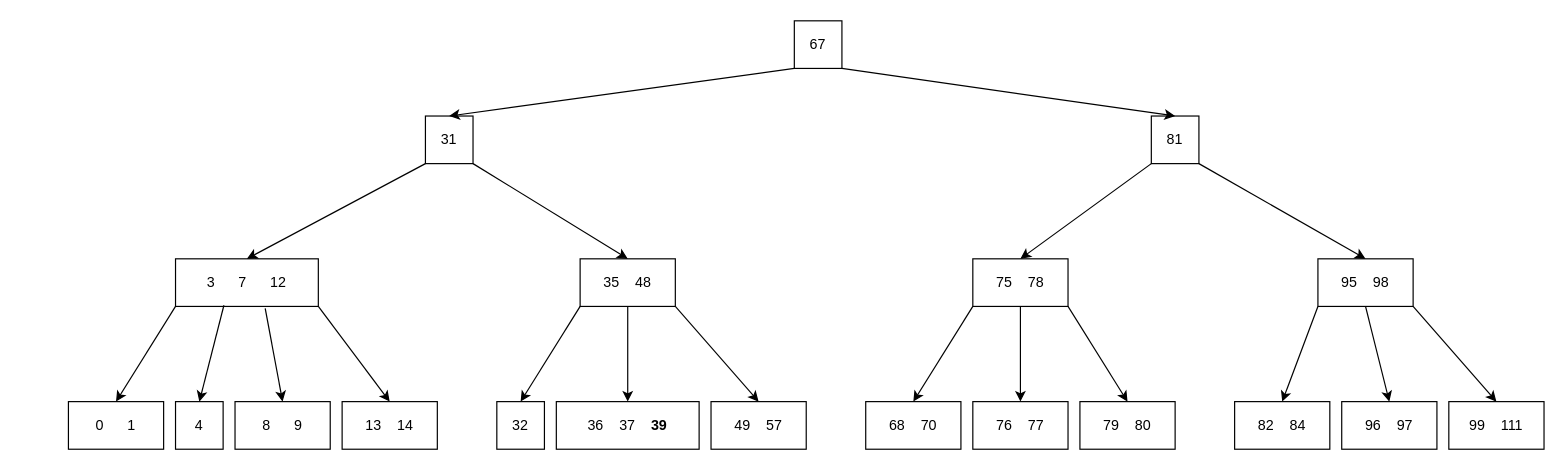
Before: algo-homework5.drawio in cucumberpeel/drawio-diagrams, a draw.io diagram. Source tidied: cells renumbered, new cells numbered last; positions are measured from the earlier drawing's top-left corner, leaving out a move shared by most shapes. Both pictures are drawn from the tidied source at 119%, with x=0, y=0 at pixel (68, 20).
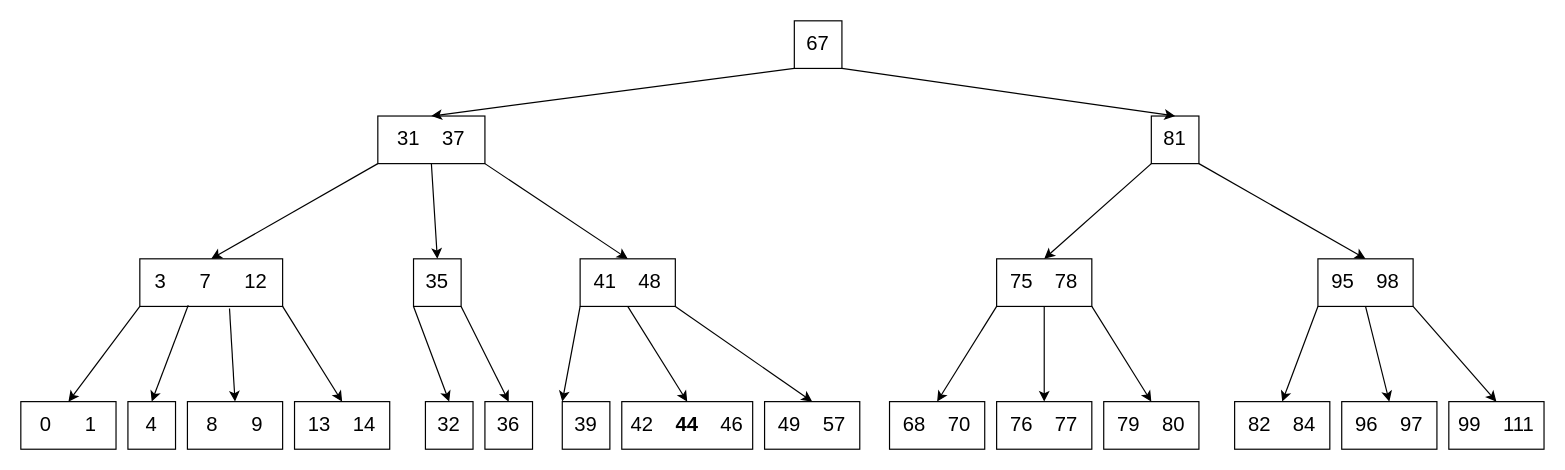
After the change.

Change to the diagram source:
```diff
@@
-    <mxCell id="2" value="31" style="rounded=0;whiteSpace=wrap;html=1;" parent="1" vertex="1">
-      <mxGeometry x="300" y="80" width="40" height="40" as="geometry" />
+    <mxCell id="2" value="31&lt;span style=&quot;white-space: pre;&quot;&gt;&#9;&lt;/span&gt;37" style="rounded=0;whiteSpace=wrap;html=1;fontSize=17;" parent="1" vertex="1">
+      <mxGeometry x="260" y="80" width="90" height="40" as="geometry" />
     </mxCell>
-    <mxCell id="3" value="0&lt;span style=&quot;white-space: pre;&quot;&gt;&#9;&lt;/span&gt;1" style="rounded=0;whiteSpace=wrap;html=1;" parent="1" vertex="1">
-      <mxGeometry y="320" width="80" height="40" as="geometry" />
+    <mxCell id="3" value="0&lt;span style=&quot;white-space: pre;&quot;&gt;&#9;&lt;/span&gt;1" style="rounded=0;whiteSpace=wrap;html=1;fontSize=17;" parent="1" vertex="1">
+      <mxGeometry x="-40" y="320" width="80" height="40" as="geometry" />
     </mxCell>
-    <mxCell id="4" value="4" style="rounded=0;whiteSpace=wrap;html=1;" parent="1" vertex="1">
-      <mxGeometry x="90" y="320" width="40" height="40" as="geometry" />
+    <mxCell id="4" value="4" style="rounded=0;whiteSpace=wrap;html=1;fontSize=17;" parent="1" vertex="1">
+      <mxGeometry x="50" y="320" width="40" height="40" as="geometry" />
     </mxCell>
-    <mxCell id="5" value="8&lt;span style=&quot;white-space: pre;&quot;&gt;&#9;&lt;/span&gt;9" style="rounded=0;whiteSpace=wrap;html=1;" parent="1" vertex="1">
-      <mxGeometry x="140" y="320" width="80" height="40" as="geometry" />
+    <mxCell id="5" value="8&lt;span style=&quot;white-space: pre;&quot;&gt;&#9;&lt;/span&gt;9" style="rounded=0;whiteSpace=wrap;html=1;fontSize=17;" parent="1" vertex="1">
+      <mxGeometry x="100" y="320" width="80" height="40" as="geometry" />
     </mxCell>
-    <mxCell id="6" value="13&lt;span style=&quot;white-space: pre;&quot;&gt;&#9;&lt;/span&gt;14" style="rounded=0;whiteSpace=wrap;html=1;" parent="1" vertex="1">
-      <mxGeometry x="230" y="320" width="80" height="40" as="geometry" />
+    <mxCell id="6" value="13&lt;span style=&quot;white-space: pre;&quot;&gt;&#9;&lt;/span&gt;14" style="rounded=0;whiteSpace=wrap;html=1;fontSize=17;" parent="1" vertex="1">
+      <mxGeometry x="190" y="320" width="80" height="40" as="geometry" />
     </mxCell>
-    <mxCell id="7" value="32" style="rounded=0;whiteSpace=wrap;html=1;" parent="1" vertex="1">
-      <mxGeometry x="360" y="320" width="40" height="40" as="geometry" />
+    <mxCell id="7" value="32" style="rounded=0;whiteSpace=wrap;html=1;fontSize=17;" parent="1" vertex="1">
+      <mxGeometry x="300" y="320" width="40" height="40" as="geometry" />
     </mxCell>
-    <mxCell id="8" value="36&lt;span style=&quot;white-space: pre;&quot;&gt;&#9;&lt;/span&gt;37&lt;span style=&quot;white-space: pre;&quot;&gt;&#9;&lt;/span&gt;&lt;b&gt;39&lt;/b&gt;" style="rounded=0;whiteSpace=wrap;html=1;" parent="1" vertex="1">
-      <mxGeometry x="410" y="320" width="120" height="40" as="geometry" />
-    </mxCell>
-    <mxCell id="9" value="49&lt;span style=&quot;white-space: pre;&quot;&gt;&#9;&lt;/span&gt;57" style="rounded=0;whiteSpace=wrap;html=1;" parent="1" vertex="1">
-      <mxGeometry x="540" y="320" width="80" height="40" as="geometry" />
+    <mxCell id="9" value="49&lt;span style=&quot;white-space: pre;&quot;&gt;&#9;&lt;/span&gt;57" style="rounded=0;whiteSpace=wrap;html=1;fontSize=17;" parent="1" vertex="1">
+      <mxGeometry x="585" y="320" width="80" height="40" as="geometry" />
     </mxCell>
-    <mxCell id="10" value="68&lt;span style=&quot;white-space: pre;&quot;&gt;&#9;&lt;/span&gt;70" style="rounded=0;whiteSpace=wrap;html=1;" parent="1" vertex="1">
-      <mxGeometry x="670" y="320" width="80" height="40" as="geometry" />
+    <mxCell id="10" value="68&lt;span style=&quot;white-space: pre;&quot;&gt;&#9;&lt;/span&gt;70" style="rounded=0;whiteSpace=wrap;html=1;fontSize=17;" parent="1" vertex="1">
+      <mxGeometry x="690" y="320" width="80" height="40" as="geometry" />
     </mxCell>
-    <mxCell id="11" value="76&lt;span style=&quot;white-space: pre;&quot;&gt;&#9;&lt;/span&gt;77" style="rounded=0;whiteSpace=wrap;html=1;" parent="1" vertex="1">
-      <mxGeometry x="760" y="320" width="80" height="40" as="geometry" />
+    <mxCell id="11" value="76&lt;span style=&quot;white-space: pre;&quot;&gt;&#9;&lt;/span&gt;77" style="rounded=0;whiteSpace=wrap;html=1;fontSize=17;" parent="1" vertex="1">
+      <mxGeometry x="780" y="320" width="80" height="40" as="geometry" />
     </mxCell>
-    <mxCell id="12" value="79&lt;span style=&quot;white-space: pre;&quot;&gt;&#9;&lt;/span&gt;80" style="rounded=0;whiteSpace=wrap;html=1;" parent="1" vertex="1">
-      <mxGeometry x="850" y="320" width="80" height="40" as="geometry" />
+    <mxCell id="12" value="79&lt;span style=&quot;white-space: pre;&quot;&gt;&#9;&lt;/span&gt;80" style="rounded=0;whiteSpace=wrap;html=1;fontSize=17;" parent="1" vertex="1">
+      <mxGeometry x="870" y="320" width="80" height="40" as="geometry" />
     </mxCell>
-    <mxCell id="13" value="82&lt;span style=&quot;white-space: pre;&quot;&gt;&#9;&lt;/span&gt;84" style="rounded=0;whiteSpace=wrap;html=1;" parent="1" vertex="1">
+    <mxCell id="13" value="82&lt;span style=&quot;white-space: pre;&quot;&gt;&#9;&lt;/span&gt;84" style="rounded=0;whiteSpace=wrap;html=1;fontSize=17;" parent="1" vertex="1">
       <mxGeometry x="980" y="320" width="80" height="40" as="geometry" />
     </mxCell>
-    <mxCell id="14" value="96&lt;span style=&quot;white-space: pre;&quot;&gt;&#9;&lt;/span&gt;97" style="rounded=0;whiteSpace=wrap;html=1;" parent="1" vertex="1">
+    <mxCell id="14" value="96&lt;span style=&quot;white-space: pre;&quot;&gt;&#9;&lt;/span&gt;97" style="rounded=0;whiteSpace=wrap;html=1;fontSize=17;" parent="1" vertex="1">
       <mxGeometry x="1070" y="320" width="80" height="40" as="geometry" />
     </mxCell>
-    <mxCell id="15" value="99&lt;span style=&quot;white-space: pre;&quot;&gt;&#9;&lt;/span&gt;111" style="rounded=0;whiteSpace=wrap;html=1;" parent="1" vertex="1">
+    <mxCell id="15" value="99&lt;span style=&quot;white-space: pre;&quot;&gt;&#9;&lt;/span&gt;111" style="rounded=0;whiteSpace=wrap;html=1;fontSize=17;" parent="1" vertex="1">
       <mxGeometry x="1160" y="320" width="80" height="40" as="geometry" />
     </mxCell>
-    <mxCell id="16" value="3&lt;span style=&quot;white-space: pre;&quot;&gt;&#9;&lt;/span&gt;7&lt;span style=&quot;white-space: pre;&quot;&gt;&#9;&lt;/span&gt;12" style="rounded=0;whiteSpace=wrap;html=1;" parent="1" vertex="1">
-      <mxGeometry x="90" y="200" width="120" height="40" as="geometry" />
+    <mxCell id="16" value="3&lt;span style=&quot;white-space: pre;&quot;&gt;&#9;&lt;/span&gt;7&lt;span style=&quot;white-space: pre;&quot;&gt;&#9;&lt;/span&gt;12" style="rounded=0;whiteSpace=wrap;html=1;fontSize=17;" parent="1" vertex="1">
+      <mxGeometry x="60" y="200" width="120" height="40" as="geometry" />
     </mxCell>
-    <mxCell id="17" value="35&lt;span style=&quot;white-space: pre;&quot;&gt;&#9;&lt;/span&gt;48" style="rounded=0;whiteSpace=wrap;html=1;" parent="1" vertex="1">
-      <mxGeometry x="430" y="200" width="80" height="40" as="geometry" />
-    </mxCell>
-    <mxCell id="18" value="75&lt;span style=&quot;white-space: pre;&quot;&gt;&#9;&lt;/span&gt;78" style="rounded=0;whiteSpace=wrap;html=1;" parent="1" vertex="1">
-      <mxGeometry x="760" y="200" width="80" height="40" as="geometry" />
+    <mxCell id="18" value="75&lt;span style=&quot;white-space: pre;&quot;&gt;&#9;&lt;/span&gt;78" style="rounded=0;whiteSpace=wrap;html=1;fontSize=17;" parent="1" vertex="1">
+      <mxGeometry x="780" y="200" width="80" height="40" as="geometry" />
     </mxCell>
-    <mxCell id="19" value="95&lt;span style=&quot;white-space: pre;&quot;&gt;&#9;&lt;/span&gt;98" style="rounded=0;whiteSpace=wrap;html=1;" parent="1" vertex="1">
+    <mxCell id="19" value="95&lt;span style=&quot;white-space: pre;&quot;&gt;&#9;&lt;/span&gt;98" style="rounded=0;whiteSpace=wrap;html=1;fontSize=17;" parent="1" vertex="1">
       <mxGeometry x="1050" y="200" width="80" height="40" as="geometry" />
     </mxCell>
-    <mxCell id="20" value="81" style="rounded=0;whiteSpace=wrap;html=1;" parent="1" vertex="1">
+    <mxCell id="20" value="81" style="rounded=0;whiteSpace=wrap;html=1;fontSize=17;" parent="1" vertex="1">
       <mxGeometry x="910" y="80" width="40" height="40" as="geometry" />
     </mxCell>
-    <mxCell id="21" value="67" style="rounded=0;whiteSpace=wrap;html=1;" parent="1" vertex="1">
+    <mxCell id="21" value="67" style="rounded=0;whiteSpace=wrap;html=1;fontSize=17;" parent="1" vertex="1">
       <mxGeometry x="610" width="40" height="40" as="geometry" />
     </mxCell>
-    <mxCell id="22" style="endArrow=classic;html=1;rounded=0;exitX=0;exitY=1;exitDx=0;exitDy=0;entryX=0.5;entryY=0;entryDx=0;entryDy=0;" parent="1" edge="1" source="21" target="2">
+    <mxCell id="22" style="endArrow=classic;html=1;rounded=0;exitX=0;exitY=1;exitDx=0;exitDy=0;entryX=0.5;entryY=0;entryDx=0;entryDy=0;fontSize=17;" parent="1" edge="1" source="21" target="2">
       <mxGeometry relative="1" as="geometry" />
     </mxCell>
-    <mxCell id="23" style="endArrow=classic;html=1;rounded=0;exitX=1;exitY=1;exitDx=0;exitDy=0;entryX=0.5;entryY=0;entryDx=0;entryDy=0;" parent="1" edge="1" source="21" target="20">
+    <mxCell id="23" style="endArrow=classic;html=1;rounded=0;exitX=1;exitY=1;exitDx=0;exitDy=0;entryX=0.5;entryY=0;entryDx=0;entryDy=0;fontSize=17;" parent="1" edge="1" source="21" target="20">
       <mxGeometry relative="1" as="geometry" />
     </mxCell>
-    <mxCell id="24" style="endArrow=classic;html=1;rounded=0;exitX=0;exitY=1;exitDx=0;exitDy=0;entryX=0.5;entryY=0;entryDx=0;entryDy=0;" parent="1" edge="1" source="2" target="16">
+    <mxCell id="24" style="endArrow=classic;html=1;rounded=0;exitX=0;exitY=1;exitDx=0;exitDy=0;entryX=0.5;entryY=0;entryDx=0;entryDy=0;fontSize=17;" parent="1" edge="1" source="2" target="16">
       <mxGeometry relative="1" as="geometry" />
     </mxCell>
-    <mxCell id="25" style="endArrow=classic;html=1;rounded=0;exitX=1;exitY=1;exitDx=0;exitDy=0;entryX=0.5;entryY=0;entryDx=0;entryDy=0;" parent="1" edge="1" source="2" target="17">
+    <mxCell id="25" style="endArrow=classic;html=1;rounded=0;exitX=0.5;exitY=1;exitDx=0;exitDy=0;entryX=0.5;entryY=0;entryDx=0;entryDy=0;fontSize=17;" parent="1" edge="1" source="2" target="45">
       <mxGeometry relative="1" as="geometry" />
     </mxCell>
-    <mxCell id="26" style="endArrow=classic;html=1;rounded=0;exitX=0;exitY=1;exitDx=0;exitDy=0;entryX=0.5;entryY=0;entryDx=0;entryDy=0;" parent="1" edge="1" source="20" target="18">
+    <mxCell id="26" style="endArrow=classic;html=1;rounded=0;exitX=0;exitY=1;exitDx=0;exitDy=0;entryX=0.5;entryY=0;entryDx=0;entryDy=0;fontSize=17;" parent="1" edge="1" source="20" target="18">
       <mxGeometry relative="1" as="geometry" />
     </mxCell>
-    <mxCell id="27" style="endArrow=classic;html=1;rounded=0;exitX=1;exitY=1;exitDx=0;exitDy=0;entryX=0.5;entryY=0;entryDx=0;entryDy=0;" parent="1" edge="1" source="20" target="19">
+    <mxCell id="27" style="endArrow=classic;html=1;rounded=0;exitX=1;exitY=1;exitDx=0;exitDy=0;entryX=0.5;entryY=0;entryDx=0;entryDy=0;fontSize=17;" parent="1" edge="1" source="20" target="19">
       <mxGeometry relative="1" as="geometry" />
     </mxCell>
-    <mxCell id="28" style="endArrow=classic;html=1;rounded=0;exitX=0;exitY=1;exitDx=0;exitDy=0;entryX=0.5;entryY=0;entryDx=0;entryDy=0;" parent="1" edge="1" source="16" target="3">
+    <mxCell id="28" style="endArrow=classic;html=1;rounded=0;exitX=0;exitY=1;exitDx=0;exitDy=0;entryX=0.5;entryY=0;entryDx=0;entryDy=0;fontSize=17;" parent="1" edge="1" source="16" target="3">
       <mxGeometry relative="1" as="geometry" />
     </mxCell>
-    <mxCell id="29" style="endArrow=classic;html=1;rounded=0;exitX=1;exitY=1;exitDx=0;exitDy=0;entryX=0.5;entryY=0;entryDx=0;entryDy=0;" parent="1" edge="1" source="16" target="6">
+    <mxCell id="29" style="endArrow=classic;html=1;rounded=0;exitX=1;exitY=1;exitDx=0;exitDy=0;entryX=0.5;entryY=0;entryDx=0;entryDy=0;fontSize=17;" parent="1" edge="1" source="16" target="6">
       <mxGeometry relative="1" as="geometry" />
     </mxCell>
-    <mxCell id="30" style="endArrow=classic;html=1;rounded=0;exitX=0.628;exitY=1.042;exitDx=0;exitDy=0;entryX=0.5;entryY=0;entryDx=0;entryDy=0;exitPerimeter=0;" parent="1" edge="1" source="16" target="5">
+    <mxCell id="30" style="endArrow=classic;html=1;rounded=0;exitX=0.628;exitY=1.042;exitDx=0;exitDy=0;entryX=0.5;entryY=0;entryDx=0;entryDy=0;exitPerimeter=0;fontSize=17;" parent="1" edge="1" source="16" target="5">
       <mxGeometry relative="1" as="geometry" />
     </mxCell>
-    <mxCell id="31" style="endArrow=classic;html=1;rounded=0;exitX=0.339;exitY=0.975;exitDx=0;exitDy=0;entryX=0.5;entryY=0;entryDx=0;entryDy=0;exitPerimeter=0;" parent="1" edge="1" source="16" target="4">
+    <mxCell id="31" style="endArrow=classic;html=1;rounded=0;exitX=0.339;exitY=0.975;exitDx=0;exitDy=0;entryX=0.5;entryY=0;entryDx=0;entryDy=0;exitPerimeter=0;fontSize=17;" parent="1" edge="1" source="16" target="4">
       <mxGeometry relative="1" as="geometry" />
     </mxCell>
-    <mxCell id="32" style="endArrow=classic;html=1;rounded=0;exitX=0;exitY=1;exitDx=0;exitDy=0;entryX=0.5;entryY=0;entryDx=0;entryDy=0;" parent="1" edge="1" source="17" target="7">
+    <mxCell id="32" style="endArrow=classic;html=1;rounded=0;exitX=0;exitY=1;exitDx=0;exitDy=0;entryX=0.5;entryY=0;entryDx=0;entryDy=0;fontSize=17;" parent="1" edge="1" source="45" target="7">
       <mxGeometry relative="1" as="geometry" />
     </mxCell>
-    <mxCell id="33" style="endArrow=classic;html=1;rounded=0;exitX=0.5;exitY=1;exitDx=0;exitDy=0;entryX=0.5;entryY=0;entryDx=0;entryDy=0;" parent="1" edge="1" source="17" target="8">
+    <mxCell id="33" style="endArrow=classic;html=1;rounded=0;exitX=0;exitY=1;exitDx=0;exitDy=0;entryX=0;entryY=0;entryDx=0;entryDy=0;fontSize=17;" parent="1" edge="1" source="46" target="43">
       <mxGeometry relative="1" as="geometry" />
     </mxCell>
-    <mxCell id="34" style="endArrow=classic;html=1;rounded=0;exitX=1;exitY=1;exitDx=0;exitDy=0;entryX=0.5;entryY=0;entryDx=0;entryDy=0;" parent="1" edge="1" source="17" target="9">
+    <mxCell id="34" style="endArrow=classic;html=1;rounded=0;exitX=1;exitY=1;exitDx=0;exitDy=0;entryX=0.5;entryY=0;entryDx=0;entryDy=0;fontSize=17;" parent="1" edge="1" source="46" target="9">
       <mxGeometry relative="1" as="geometry" />
     </mxCell>
-    <mxCell id="35" style="endArrow=classic;html=1;rounded=0;exitX=0;exitY=1;exitDx=0;exitDy=0;entryX=0.5;entryY=0;entryDx=0;entryDy=0;" parent="1" edge="1" source="18" target="10">
+    <mxCell id="35" style="endArrow=classic;html=1;rounded=0;exitX=0;exitY=1;exitDx=0;exitDy=0;entryX=0.5;entryY=0;entryDx=0;entryDy=0;fontSize=17;" parent="1" edge="1" source="18" target="10">
       <mxGeometry relative="1" as="geometry" />
     </mxCell>
-    <mxCell id="36" style="endArrow=classic;html=1;rounded=0;exitX=0.5;exitY=1;exitDx=0;exitDy=0;entryX=0.5;entryY=0;entryDx=0;entryDy=0;" parent="1" edge="1" source="18" target="11">
+    <mxCell id="36" style="endArrow=classic;html=1;rounded=0;exitX=0.5;exitY=1;exitDx=0;exitDy=0;entryX=0.5;entryY=0;entryDx=0;entryDy=0;fontSize=17;" parent="1" edge="1" source="18" target="11">
       <mxGeometry relative="1" as="geometry" />
     </mxCell>
-    <mxCell id="37" style="endArrow=classic;html=1;rounded=0;exitX=1;exitY=1;exitDx=0;exitDy=0;entryX=0.5;entryY=0;entryDx=0;entryDy=0;" parent="1" edge="1" source="18" target="12">
+    <mxCell id="37" style="endArrow=classic;html=1;rounded=0;exitX=1;exitY=1;exitDx=0;exitDy=0;entryX=0.5;entryY=0;entryDx=0;entryDy=0;fontSize=17;" parent="1" edge="1" source="18" target="12">
       <mxGeometry relative="1" as="geometry" />
     </mxCell>
-    <mxCell id="38" style="endArrow=classic;html=1;rounded=0;exitX=0;exitY=1;exitDx=0;exitDy=0;entryX=0.5;entryY=0;entryDx=0;entryDy=0;" parent="1" edge="1" source="19" target="13">
+    <mxCell id="38" style="endArrow=classic;html=1;rounded=0;exitX=0;exitY=1;exitDx=0;exitDy=0;entryX=0.5;entryY=0;entryDx=0;entryDy=0;fontSize=17;" parent="1" edge="1" source="19" target="13">
       <mxGeometry relative="1" as="geometry" />
     </mxCell>
-    <mxCell id="39" style="endArrow=classic;html=1;rounded=0;exitX=0.5;exitY=1;exitDx=0;exitDy=0;entryX=0.5;entryY=0;entryDx=0;entryDy=0;" parent="1" edge="1" source="19" target="14">
+    <mxCell id="39" style="endArrow=classic;html=1;rounded=0;exitX=0.5;exitY=1;exitDx=0;exitDy=0;entryX=0.5;entryY=0;entryDx=0;entryDy=0;fontSize=17;" parent="1" edge="1" source="19" target="14">
       <mxGeometry relative="1" as="geometry" />
     </mxCell>
-    <mxCell id="40" style="endArrow=classic;html=1;rounded=0;exitX=1;exitY=1;exitDx=0;exitDy=0;entryX=0.5;entryY=0;entryDx=0;entryDy=0;" parent="1" edge="1" source="19" target="15">
+    <mxCell id="40" style="endArrow=classic;html=1;rounded=0;exitX=1;exitY=1;exitDx=0;exitDy=0;entryX=0.5;entryY=0;entryDx=0;entryDy=0;fontSize=17;" parent="1" edge="1" source="19" target="15">
       <mxGeometry relative="1" as="geometry" />
     </mxCell>
+    <mxCell id="41" value="36" style="rounded=0;whiteSpace=wrap;html=1;fontSize=17;" parent="1" vertex="1">
+      <mxGeometry x="350" y="320" width="40" height="40" as="geometry" />
+    </mxCell>
+    <mxCell id="42" style="endArrow=classic;html=1;rounded=0;exitX=1;exitY=1;exitDx=0;exitDy=0;entryX=0.5;entryY=0;entryDx=0;entryDy=0;" parent="1" edge="1" source="45" target="41">
+      <mxGeometry relative="1" as="geometry" />
+    </mxCell>
+    <mxCell id="43" value="39" style="rounded=0;whiteSpace=wrap;html=1;fontSize=17;" parent="1" vertex="1">
+      <mxGeometry x="415" y="320" width="40" height="40" as="geometry" />
+    </mxCell>
+    <mxCell id="44" value="42&lt;span style=&quot;white-space: pre;&quot;&gt;&#9;&lt;/span&gt;&lt;b&gt;44&lt;/b&gt;&lt;span style=&quot;font-weight: bold; white-space: pre;&quot;&gt;&#9;&lt;/span&gt;46" style="rounded=0;whiteSpace=wrap;html=1;fontSize=17;" parent="1" vertex="1">
+      <mxGeometry x="465" y="320" width="110" height="40" as="geometry" />
+    </mxCell>
+    <mxCell id="45" value="35" style="rounded=0;whiteSpace=wrap;html=1;fontSize=17;" parent="1" vertex="1">
+      <mxGeometry x="290" y="200" width="40" height="40" as="geometry" />
+    </mxCell>
+    <mxCell id="46" value="41&lt;span style=&quot;white-space: pre;&quot;&gt;&#9;&lt;/span&gt;48" style="rounded=0;whiteSpace=wrap;html=1;fontSize=17;" parent="1" vertex="1">
+      <mxGeometry x="430" y="200" width="80" height="40" as="geometry" />
+    </mxCell>
+    <mxCell id="47" style="endArrow=classic;html=1;rounded=0;exitX=1;exitY=1;exitDx=0;exitDy=0;entryX=0.5;entryY=0;entryDx=0;entryDy=0;" parent="1" edge="1" source="2" target="46">
+      <mxGeometry relative="1" as="geometry" />
+    </mxCell>
+    <mxCell id="48" style="endArrow=classic;html=1;rounded=0;exitX=0.5;exitY=1;exitDx=0;exitDy=0;entryX=0.5;entryY=0;entryDx=0;entryDy=0;" parent="1" edge="1" source="46" target="44">
+      <mxGeometry relative="1" as="geometry" />
+    </mxCell>
```
